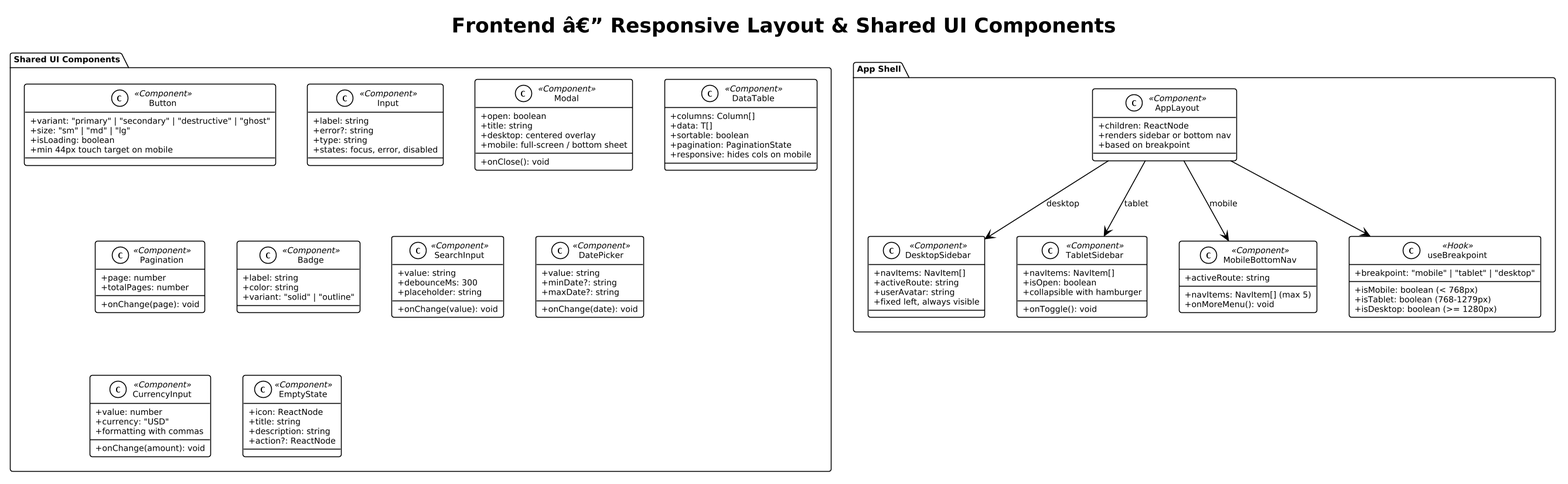
QuinntyneBrown/LendQ keeps this PlantUML diagram as docs/detailed-designs/diagrams/rendered/fe_class_layout.png. Above is the earlier version.
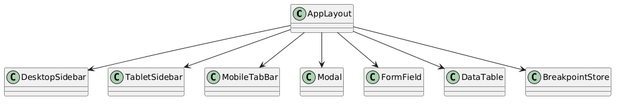
The same file after the commit.

What changed in the source:
```diff
@@ -1,120 +1,19 @@
 @startuml
-!theme plain
-skinparam dpi 150
-skinparam defaultFontSize 9
 skinparam classAttributeIconSize 0
+class AppLayout
+class DesktopSidebar
+class TabletSidebar
+class MobileTabBar
+class Modal
+class FormField
+class DataTable
+class BreakpointStore
 
-title Frontend â€” Responsive Layout & Shared UI Components
-
-package "App Shell" {
-  class AppLayout <<Component>> {
-    +children: ReactNode
-    +renders sidebar or bottom nav
-    +based on breakpoint
-  }
-
-  class DesktopSidebar <<Component>> {
-    +navItems: NavItem[]
-    +activeRoute: string
-    +userAvatar: string
-    +fixed left, always visible
-  }
-
-  class TabletSidebar <<Component>> {
-    +navItems: NavItem[]
-    +isOpen: boolean
-    +onToggle(): void
-    +collapsible with hamburger
-  }
-
-  class MobileBottomNav <<Component>> {
-    +navItems: NavItem[] (max 5)
-    +activeRoute: string
-    +onMoreMenu(): void
-  }
-
-  class useBreakpoint <<Hook>> {
-    +isMobile: boolean (< 768px)
-    +isTablet: boolean (768-1279px)
-    +isDesktop: boolean (>= 1280px)
-    +breakpoint: "mobile" | "tablet" | "desktop"
-  }
-}
-
-package "Shared UI Components" {
-  class Button <<Component>> {
-    +variant: "primary" | "secondary" | "destructive" | "ghost"
-    +size: "sm" | "md" | "lg"
-    +isLoading: boolean
-    +min 44px touch target on mobile
-  }
-
-  class Input <<Component>> {
-    +label: string
-    +error?: string
-    +type: string
-    +states: focus, error, disabled
-  }
-
-  class Modal <<Component>> {
-    +open: boolean
-    +onClose(): void
-    +title: string
-    +desktop: centered overlay
-    +mobile: full-screen / bottom sheet
-  }
-
-  class DataTable <<Component>> {
-    +columns: Column[]
-    +data: T[]
-    +sortable: boolean
-    +pagination: PaginationState
-    +responsive: hides cols on mobile
-  }
-
-  class Pagination <<Component>> {
-    +page: number
-    +totalPages: number
-    +onChange(page): void
-  }
-
-  class Badge <<Component>> {
-    +label: string
-    +color: string
-    +variant: "solid" | "outline"
-  }
-
-  class SearchInput <<Component>> {
-    +value: string
-    +onChange(value): void
-    +debounceMs: 300
-    +placeholder: string
-  }
-
-  class DatePicker <<Component>> {
-    +value: string
-    +onChange(date): void
-    +minDate?: string
-    +maxDate?: string
-  }
-
-  class CurrencyInput <<Component>> {
-    +value: number
-    +onChange(amount): void
-    +currency: "USD"
-    +formatting with commas
-  }
-
-  class EmptyState <<Component>> {
-    +icon: ReactNode
-    +title: string
-    +description: string
-    +action?: ReactNode
-  }
-}
-
-AppLayout --> DesktopSidebar : desktop
-AppLayout --> TabletSidebar : tablet
-AppLayout --> MobileBottomNav : mobile
-AppLayout --> useBreakpoint
+AppLayout --> BreakpointStore
+AppLayout --> DesktopSidebar
+AppLayout --> TabletSidebar
+AppLayout --> MobileTabBar
+AppLayout --> Modal
+AppLayout --> DataTable
+AppLayout --> FormField
 @enduml
```
